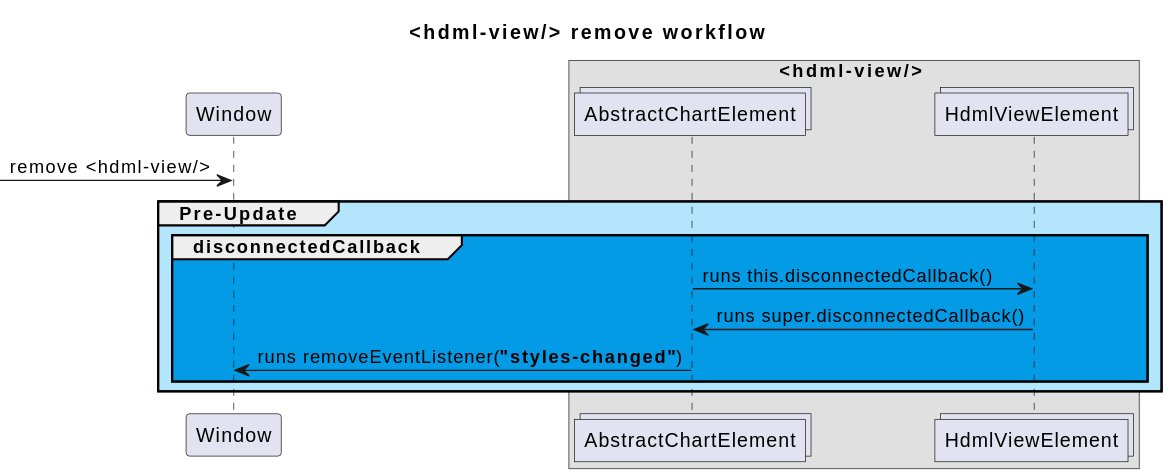
The PlantUML diagram uml/svg/charts/hdml_view_remove.svg in hdml-github/hdml, before a commit. The source it was exported from:
```plantuml
@startuml hdml_view_remove
  title <hdml-view/> remove workflow

  participant Window

  box <hdml-view/> #e0e0e0
    collections AbstractChartElement
    collections HdmlViewElement
  end box

  -> Window: remove <hdml-view/>

  group #b3e5fc Pre-Update

    group #039be5 disconnectedCallback
      AbstractChartElement -> HdmlViewElement: runs this.disconnectedCallback()
      AbstractChartElement <- HdmlViewElement: runs super.disconnectedCallback()
      AbstractChartElement -> Window: runs removeEventListener(<b>"styles-changed"</b>)
    end
  end
@enduml
```
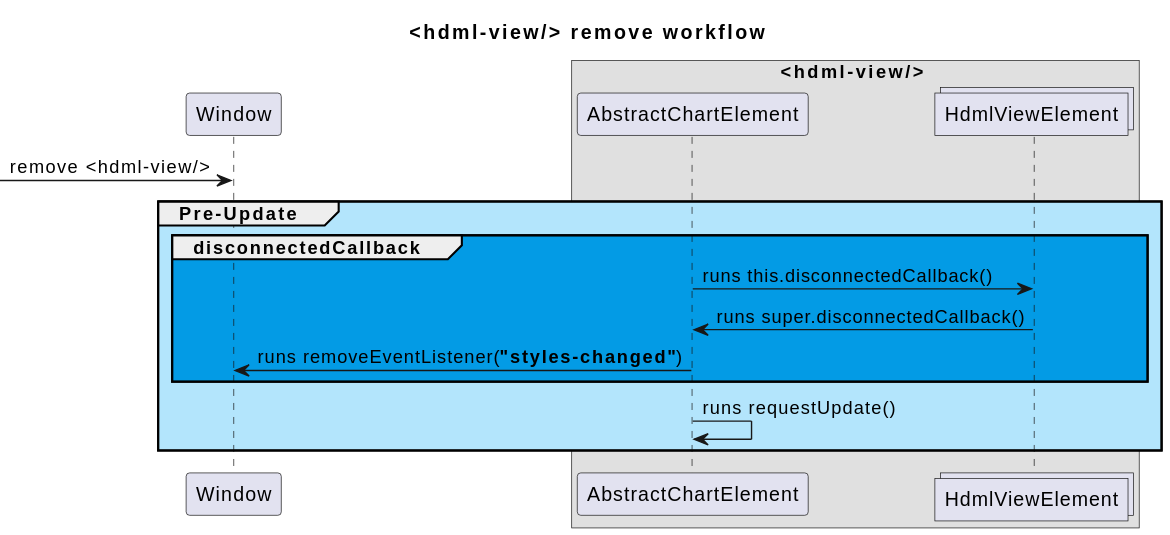
After the commit.

What changed in the source:
```diff
@@ -4,7 +4,7 @@
   participant Window
 
   box <hdml-view/> #e0e0e0
-    collections AbstractChartElement
+    participant AbstractChartElement
     collections HdmlViewElement
   end box
 
@@ -17,5 +17,7 @@
       AbstractChartElement <- HdmlViewElement: runs super.disconnectedCallback()
       AbstractChartElement -> Window: runs removeEventListener(<b>"styles-changed"</b>)
     end
+
+    AbstractChartElement -> AbstractChartElement: runs requestUpdate()
   end
 @enduml
```
